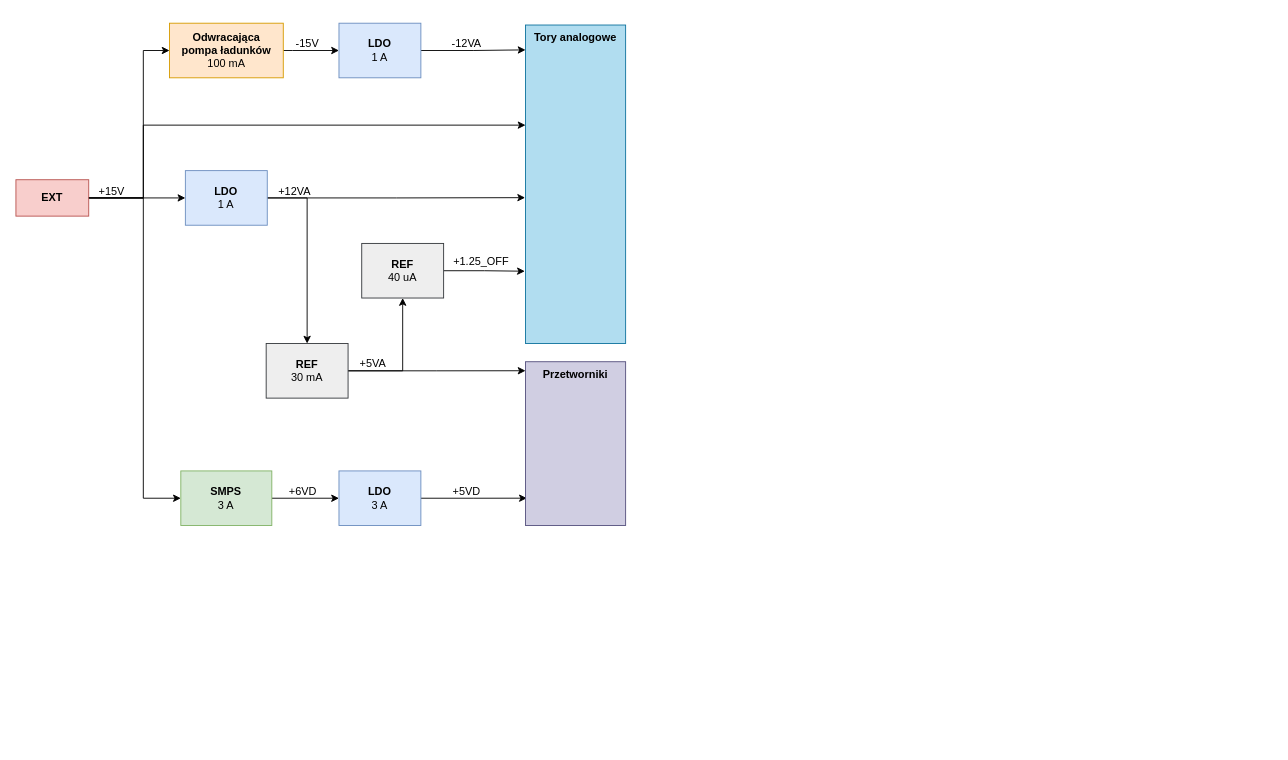
Before: docs/polsl/thesis/drawio/hw/power_dist.drawio in kopiecki/anc, a draw.io diagram. Source tidied: cells renumbered, new cells numbered last; positions are measured from the earlier drawing's top-left corner, leaving out a move shared by most shapes. Both pictures are drawn from the tidied source at 91%, with x=0, y=0 at pixel (15, 23).
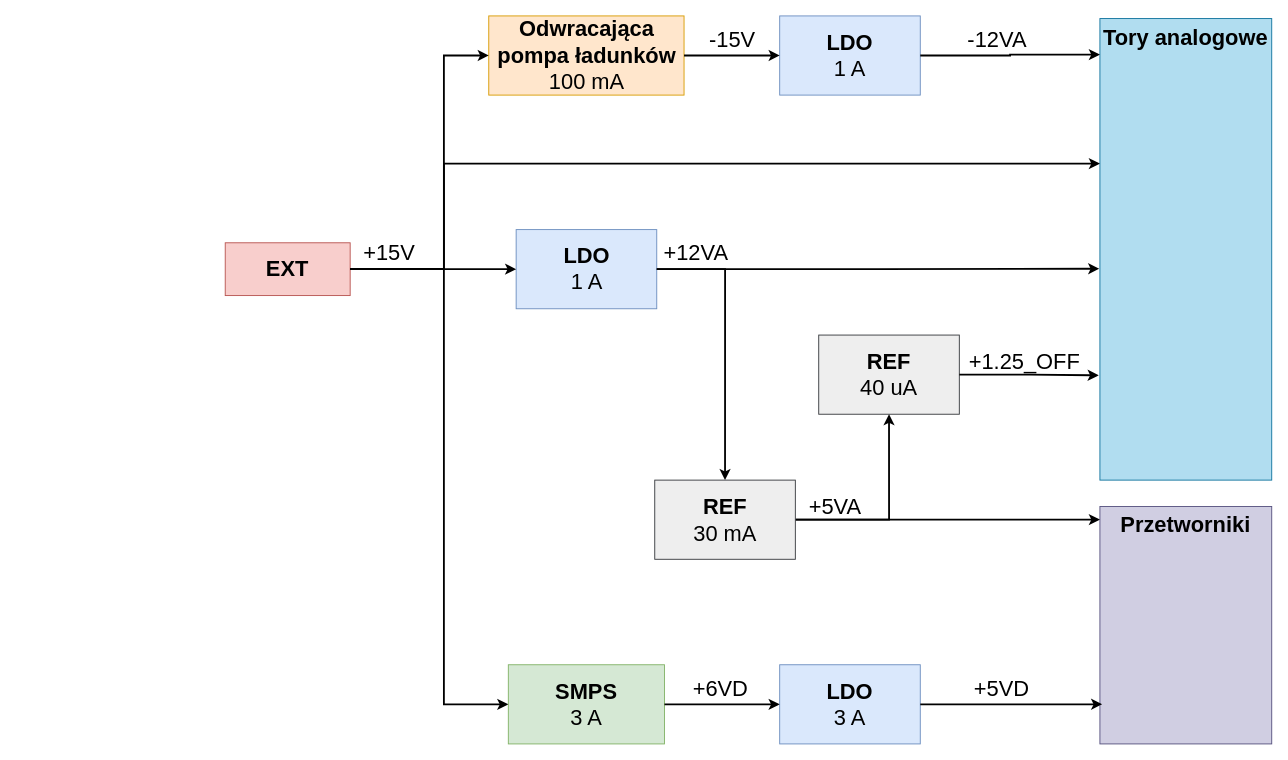
The same page after the edit.

What changed in the source:
```diff
@@
+    <mxCell id="5" value="&lt;b style=&quot;font-size: 24px;&quot;&gt;EXT&lt;/b&gt;" style="rounded=0;whiteSpace=wrap;html=1;fillColor=#f8cecc;strokeColor=#b85450;fontSize=24;" parent="1" vertex="1">
+      <mxGeometry x="230" y="241.3" width="137.3" height="58" as="geometry" />
+    </mxCell>
+    <mxCell id="7" value="&lt;b style=&quot;font-size: 24px;&quot;&gt;Odwracająca&lt;br style=&quot;font-size: 24px;&quot;&gt;pompa ładunków&lt;/b&gt;&lt;br style=&quot;font-size: 24px;&quot;&gt;100 mA" style="rounded=0;whiteSpace=wrap;html=1;fillColor=#ffe6cc;strokeColor=#d79b00;fontSize=24;" parent="1" vertex="1">
+      <mxGeometry x="519.6" y="-8" width="214.6" height="87" as="geometry" />
+    </mxCell>
-    <mxCell id="2" style="edgeStyle=orthogonalEdgeStyle;rounded=0;jettySize=auto;html=1;entryX=0;entryY=0.5;entryDx=0;entryDy=0;" parent="1" edge="1" source="5" target="7">
+    <mxCell id="2" style="edgeStyle=orthogonalEdgeStyle;rounded=0;jettySize=auto;html=1;entryX=0;entryY=0.5;entryDx=0;entryDy=0;strokeWidth=2;" parent="1" edge="1" source="5" target="7">
       <mxGeometry relative="1" as="geometry">
         <Array as="points">
-          <mxPoint x="140" y="192" />
-          <mxPoint x="140" y="30" />
+          <mxPoint x="470.3" y="270.3" />
+          <mxPoint x="470.3" y="35.5" />
         </Array>
       </mxGeometry>
     </mxCell>
+    <mxCell id="9" value="&lt;font style=&quot;font-size: 24px;&quot;&gt;LDO&lt;br&gt;&lt;span style=&quot;font-weight: normal;&quot;&gt;1 A&lt;/span&gt;&lt;/font&gt;" style="rounded=0;whiteSpace=wrap;html=1;fillColor=#dae8fc;strokeColor=#6c8ebf;fontStyle=1;" parent="1" vertex="1">
+      <mxGeometry x="839.3" y="-8" width="154.5" height="87" as="geometry" />
+    </mxCell>
+    <mxCell id="6" style="edgeStyle=orthogonalEdgeStyle;rounded=0;jettySize=auto;html=1;entryX=0;entryY=0.5;entryDx=0;entryDy=0;strokeWidth=2;" parent="1" edge="1" source="7" target="9">
+      <mxGeometry relative="1" as="geometry">
+        <Array as="points">
+          <mxPoint x="751.4" y="35.5" />
+          <mxPoint x="751.4" y="35.5" />
+        </Array>
+      </mxGeometry>
+    </mxCell>
+    <mxCell id="12" value="&lt;font style=&quot;font-size: 24px;&quot;&gt;&lt;b&gt;LDO&lt;/b&gt;&lt;br&gt;1 A&lt;/font&gt;" style="rounded=0;whiteSpace=wrap;html=1;fillColor=#dae8fc;strokeColor=#6c8ebf;" parent="1" vertex="1">
+      <mxGeometry x="549.7" y="226.8" width="154.5" height="87" as="geometry" />
+    </mxCell>
-    <mxCell id="3" style="edgeStyle=orthogonalEdgeStyle;rounded=0;jettySize=auto;html=1;entryX=0;entryY=0.5;entryDx=0;entryDy=0;" parent="1" edge="1" source="5" target="12">
+    <mxCell id="3" style="edgeStyle=orthogonalEdgeStyle;rounded=0;jettySize=auto;html=1;entryX=0;entryY=0.5;entryDx=0;entryDy=0;strokeWidth=2;" parent="1" edge="1" source="5" target="12">
       <mxGeometry relative="1" as="geometry">
         <Array as="points">
-          <mxPoint x="140" y="192" />
-          <mxPoint x="140" y="192" />
+          <mxPoint x="470.3" y="270.3" />
+          <mxPoint x="470.3" y="270.3" />
         </Array>
       </mxGeometry>
     </mxCell>
-    <mxCell id="4" style="edgeStyle=orthogonalEdgeStyle;rounded=0;jettySize=auto;html=1;" parent="1" edge="1" source="5" target="27">
-      <mxGeometry relative="1" as="geometry">
-        <Array as="points">
-          <mxPoint x="140" y="192" />
-          <mxPoint x="140" y="112" />
-        </Array>
-      </mxGeometry>
-    </mxCell>
-    <mxCell id="5" value="&lt;b&gt;EXT&lt;/b&gt;" style="rounded=0;whiteSpace=wrap;html=1;fillColor=#f8cecc;strokeColor=#b85450;" parent="1" vertex="1">
-      <mxGeometry y="172" width="80" height="40" as="geometry" />
-    </mxCell>
-    <mxCell id="6" style="edgeStyle=orthogonalEdgeStyle;rounded=0;jettySize=auto;html=1;entryX=0;entryY=0.5;entryDx=0;entryDy=0;" parent="1" edge="1" source="7" target="9">
-      <mxGeometry relative="1" as="geometry">
-        <Array as="points">
-          <mxPoint x="303.8" y="30" />
-          <mxPoint x="303.8" y="30" />
-        </Array>
-      </mxGeometry>
-    </mxCell>
-    <mxCell id="7" value="&lt;b&gt;Odwracająca&lt;br&gt;pompa ładunków&lt;/b&gt;&lt;br&gt;100 mA" style="rounded=0;whiteSpace=wrap;html=1;fillColor=#ffe6cc;strokeColor=#d79b00;" parent="1" vertex="1">
-      <mxGeometry x="168.8" width="125" height="60" as="geometry" />
-    </mxCell>
-    <mxCell id="8" style="edgeStyle=orthogonalEdgeStyle;rounded=0;jettySize=auto;html=1;entryX=0;entryY=0.078;entryDx=0;entryDy=0;entryPerimeter=0;" parent="1" edge="1" source="9" target="27">
-      <mxGeometry relative="1" as="geometry" />
-    </mxCell>
-    <mxCell id="9" value="LDO&lt;br&gt;&lt;span style=&quot;font-weight: normal;&quot;&gt;1 A&lt;/span&gt;" style="rounded=0;whiteSpace=wrap;html=1;fillColor=#dae8fc;strokeColor=#6c8ebf;fontStyle=1;" parent="1" vertex="1">
-      <mxGeometry x="355" width="90" height="60" as="geometry" />
-    </mxCell>
-    <mxCell id="10" style="edgeStyle=orthogonalEdgeStyle;rounded=0;jettySize=auto;html=1;entryX=0.5;entryY=0;entryDx=0;entryDy=0;" parent="1" edge="1" source="12" target="26">
-      <mxGeometry relative="1" as="geometry">
-        <Array as="points">
-          <mxPoint x="320" y="192" />
-        </Array>
-      </mxGeometry>
-    </mxCell>
-    <mxCell id="11" style="edgeStyle=orthogonalEdgeStyle;rounded=0;jettySize=auto;html=1;entryX=-0.004;entryY=0.542;entryDx=0;entryDy=0;entryPerimeter=0;" parent="1" edge="1" source="12" target="27">
-      <mxGeometry relative="1" as="geometry" />
-    </mxCell>
-    <mxCell id="12" value="&lt;b&gt;LDO&lt;/b&gt;&lt;br&gt;1 A" style="rounded=0;whiteSpace=wrap;html=1;fillColor=#dae8fc;strokeColor=#6c8ebf;" parent="1" vertex="1">
-      <mxGeometry x="186.2" y="162" width="90" height="60" as="geometry" />
-    </mxCell>
-    <mxCell id="13" style="edgeStyle=orthogonalEdgeStyle;rounded=0;jettySize=auto;html=1;entryX=-0.007;entryY=0.773;entryDx=0;entryDy=0;entryPerimeter=0;" parent="1" edge="1" source="14" target="27">
-      <mxGeometry relative="1" as="geometry" />
-    </mxCell>
-    <mxCell id="14" value="&lt;b&gt;REF&lt;/b&gt;&lt;br&gt;40 uA" style="rounded=0;whiteSpace=wrap;html=1;fillColor=#eeeeee;strokeColor=#36393d;" parent="1" vertex="1">
-      <mxGeometry x="380" y="242" width="90" height="60" as="geometry" />
+    <mxCell id="14" value="&lt;font style=&quot;font-size: 24px;&quot;&gt;&lt;b&gt;REF&lt;/b&gt;&lt;br&gt;40 uA&lt;/font&gt;" style="rounded=0;whiteSpace=wrap;html=1;fillColor=#eeeeee;strokeColor=#36393d;" parent="1" vertex="1">
+      <mxGeometry x="882.2" y="342.7" width="154.5" height="87" as="geometry" />
     </mxCell>
+    <mxCell id="16" value="&lt;font style=&quot;font-size: 24px;&quot;&gt;&lt;b&gt;SMPS&lt;/b&gt;&lt;br&gt;3 A&lt;/font&gt;" style="rounded=0;whiteSpace=wrap;html=1;fillColor=#d5e8d4;strokeColor=#82b366;" parent="1" vertex="1">
+      <mxGeometry x="541.1" y="705" width="171.6" height="87" as="geometry" />
+    </mxCell>
+    <mxCell id="18" value="&lt;font style=&quot;font-size: 24px;&quot;&gt;&lt;b&gt;LDO&lt;/b&gt;&lt;br&gt;3 A&lt;/font&gt;" style="rounded=0;whiteSpace=wrap;html=1;fillColor=#dae8fc;strokeColor=#6c8ebf;" parent="1" vertex="1">
+      <mxGeometry x="839.3" y="705" width="154.5" height="87" as="geometry" />
+    </mxCell>
-    <mxCell id="15" style="edgeStyle=orthogonalEdgeStyle;rounded=0;jettySize=auto;html=1;" parent="1" edge="1" source="16" target="18">
+    <mxCell id="15" style="edgeStyle=orthogonalEdgeStyle;rounded=0;jettySize=auto;html=1;strokeWidth=2;" parent="1" edge="1" source="16" target="18">
       <mxGeometry relative="1" as="geometry" />
     </mxCell>
-    <mxCell id="16" value="&lt;b&gt;SMPS&lt;/b&gt;&lt;br&gt;3 A" style="rounded=0;whiteSpace=wrap;html=1;fillColor=#d5e8d4;strokeColor=#82b366;" parent="1" vertex="1">
-      <mxGeometry x="181.2" y="492" width="100" height="60" as="geometry" />
-    </mxCell>
-    <mxCell id="17" style="edgeStyle=orthogonalEdgeStyle;rounded=0;jettySize=auto;html=1;entryX=0.013;entryY=0.833;entryDx=0;entryDy=0;entryPerimeter=0;" parent="1" edge="1" source="18" target="22">
-      <mxGeometry relative="1" as="geometry" />
-    </mxCell>
-    <mxCell id="18" value="&lt;b&gt;LDO&lt;/b&gt;&lt;br&gt;3 A" style="rounded=0;whiteSpace=wrap;html=1;fillColor=#dae8fc;strokeColor=#6c8ebf;" parent="1" vertex="1">
-      <mxGeometry x="355" y="492" width="90" height="60" as="geometry" />
-    </mxCell>
-    <mxCell id="19" value="+6VD" style="text;html=1;align=center;verticalAlign=middle;strokeColor=none;fillColor=none;" parent="1" vertex="1">
-      <mxGeometry x="290" y="500" width="50" height="30" as="geometry" />
+    <mxCell id="19" value="+6VD" style="text;html=1;align=center;verticalAlign=middle;strokeColor=none;fillColor=none;fontSize=24;" parent="1" vertex="1">
+      <mxGeometry x="734.2" y="711.6" width="80" height="40" as="geometry" />
     </mxCell>
-    <mxCell id="20" value="+5VD" style="text;html=1;align=center;verticalAlign=middle;strokeColor=none;fillColor=none;" parent="1" vertex="1">
-      <mxGeometry x="470" y="500" width="50" height="30" as="geometry" />
+    <mxCell id="20" value="+5VD" style="text;html=1;align=center;verticalAlign=middle;strokeColor=none;fillColor=none;fontSize=24;" parent="1" vertex="1">
+      <mxGeometry x="1043.4" y="711.6" width="80" height="40" as="geometry" />
     </mxCell>
-    <mxCell id="21" value="+1.25_OFF" style="text;html=1;align=center;verticalAlign=middle;strokeColor=none;fillColor=none;" parent="1" vertex="1">
-      <mxGeometry x="471" y="247" width="80" height="30" as="geometry" />
+    <mxCell id="21" value="&lt;font style=&quot;font-size: 24px;&quot;&gt;+1.25_OFF&lt;/font&gt;" style="text;html=1;align=center;verticalAlign=middle;strokeColor=none;fillColor=none;" parent="1" vertex="1">
+      <mxGeometry x="1033.4" y="352" width="150" height="40" as="geometry" />
     </mxCell>
-    <mxCell id="22" value="&lt;b&gt;Przetworniki&lt;/b&gt;" style="rounded=0;whiteSpace=wrap;html=1;verticalAlign=top;fillColor=#d0cee2;strokeColor=#56517e;" parent="1" vertex="1">
-      <mxGeometry x="560" y="372" width="110" height="180" as="geometry" />
+    <mxCell id="22" value="&lt;b style=&quot;font-size: 24px;&quot;&gt;Przetworniki&lt;/b&gt;" style="rounded=0;whiteSpace=wrap;html=1;verticalAlign=top;fillColor=#d0cee2;strokeColor=#56517e;fontSize=24;" parent="1" vertex="1">
+      <mxGeometry x="1191.2" y="531.1" width="188.8" height="260.9" as="geometry" />
     </mxCell>
+    <mxCell id="17" style="edgeStyle=orthogonalEdgeStyle;rounded=0;jettySize=auto;html=1;entryX=0.013;entryY=0.833;entryDx=0;entryDy=0;entryPerimeter=0;strokeWidth=2;" parent="1" edge="1" source="18" target="22">
+      <mxGeometry relative="1" as="geometry" />
+    </mxCell>
-    <mxCell id="23" style="edgeStyle=orthogonalEdgeStyle;rounded=0;jettySize=auto;html=1;entryX=0;entryY=0.5;entryDx=0;entryDy=0;" parent="1" edge="1" source="5" target="16">
+    <mxCell id="23" style="edgeStyle=orthogonalEdgeStyle;rounded=0;jettySize=auto;html=1;entryX=0;entryY=0.5;entryDx=0;entryDy=0;strokeWidth=2;" parent="1" edge="1" source="5" target="16">
       <mxGeometry relative="1" as="geometry">
         <Array as="points">
-          <mxPoint x="140" y="192" />
-          <mxPoint x="140" y="522" />
+          <mxPoint x="470.3" y="270.3" />
+          <mxPoint x="470.3" y="748.5" />
         </Array>
       </mxGeometry>
     </mxCell>
-    <mxCell id="24" style="edgeStyle=orthogonalEdgeStyle;rounded=0;jettySize=auto;html=1;entryX=0;entryY=0.055;entryDx=0;entryDy=0;entryPerimeter=0;" parent="1" edge="1" source="26" target="22">
+    <mxCell id="24" style="edgeStyle=orthogonalEdgeStyle;rounded=0;jettySize=auto;html=1;entryX=0;entryY=0.055;entryDx=0;entryDy=0;entryPerimeter=0;strokeWidth=2;" parent="1" edge="1" source="26" target="22">
       <mxGeometry relative="1" as="geometry" />
     </mxCell>
-    <mxCell id="25" style="edgeStyle=orthogonalEdgeStyle;rounded=0;jettySize=auto;html=1;entryX=0.5;entryY=1;entryDx=0;entryDy=0;" parent="1" edge="1" source="26" target="14">
+    <mxCell id="25" style="edgeStyle=orthogonalEdgeStyle;rounded=0;jettySize=auto;html=1;entryX=0.5;entryY=1;entryDx=0;entryDy=0;strokeWidth=2;" parent="1" edge="1" source="26" target="14">
       <mxGeometry relative="1" as="geometry">
         <Array as="points">
-          <mxPoint x="425" y="382" />
+          <mxPoint x="959.5" y="545.6" />
         </Array>
       </mxGeometry>
     </mxCell>
-    <mxCell id="26" value="&lt;b&gt;REF&lt;/b&gt;&lt;br&gt;30 mA" style="rounded=0;whiteSpace=wrap;html=1;fillColor=#eeeeee;strokeColor=#36393d;" parent="1" vertex="1">
-      <mxGeometry x="275" y="352" width="90" height="60" as="geometry" />
+    <mxCell id="26" value="&lt;font style=&quot;font-size: 24px;&quot;&gt;&lt;b&gt;REF&lt;/b&gt;&lt;br&gt;30 mA&lt;/font&gt;" style="rounded=0;whiteSpace=wrap;html=1;fillColor=#eeeeee;strokeColor=#36393d;" parent="1" vertex="1">
+      <mxGeometry x="702" y="502.1" width="154.5" height="87" as="geometry" />
     </mxCell>
+    <mxCell id="10" style="edgeStyle=orthogonalEdgeStyle;rounded=0;jettySize=auto;html=1;entryX=0.5;entryY=0;entryDx=0;entryDy=0;strokeWidth=2;" parent="1" edge="1" source="12" target="26">
+      <mxGeometry relative="1" as="geometry">
+        <Array as="points">
+          <mxPoint x="779.3" y="270.3" />
+        </Array>
+      </mxGeometry>
+    </mxCell>
-    <mxCell id="27" value="&lt;b&gt;Tory analogowe&lt;/b&gt;" style="rounded=0;whiteSpace=wrap;html=1;verticalAlign=top;fillColor=#b1ddf0;strokeColor=#10739e;" parent="1" vertex="1">
-      <mxGeometry x="560" y="2" width="110" height="350" as="geometry" />
+    <mxCell id="27" value="&lt;b style=&quot;font-size: 24px;&quot;&gt;Tory analogowe&lt;/b&gt;" style="rounded=0;whiteSpace=wrap;html=1;verticalAlign=top;fillColor=#b1ddf0;strokeColor=#10739e;fontSize=24;" parent="1" vertex="1">
+      <mxGeometry x="1191.2" y="-5.1" width="188.8" height="507.2" as="geometry" />
     </mxCell>
+    <mxCell id="4" style="edgeStyle=orthogonalEdgeStyle;rounded=0;jettySize=auto;html=1;strokeWidth=2;" parent="1" edge="1" source="5" target="27">
+      <mxGeometry relative="1" as="geometry">
+        <Array as="points">
+          <mxPoint x="470.3" y="270.3" />
+          <mxPoint x="470.3" y="154.3" />
+        </Array>
+      </mxGeometry>
+    </mxCell>
+    <mxCell id="8" style="edgeStyle=orthogonalEdgeStyle;rounded=0;jettySize=auto;html=1;entryX=0;entryY=0.078;entryDx=0;entryDy=0;entryPerimeter=0;strokeWidth=2;" parent="1" edge="1" source="9" target="27">
+      <mxGeometry relative="1" as="geometry" />
+    </mxCell>
+    <mxCell id="11" style="edgeStyle=orthogonalEdgeStyle;rounded=0;jettySize=auto;html=1;entryX=-0.004;entryY=0.542;entryDx=0;entryDy=0;entryPerimeter=0;strokeWidth=2;" parent="1" edge="1" source="12" target="27">
+      <mxGeometry relative="1" as="geometry" />
+    </mxCell>
-    <mxCell id="28" value="+15V" style="text;html=1;align=center;verticalAlign=middle;strokeColor=none;fillColor=none;" parent="1" vertex="1">
-      <mxGeometry x="80" y="170" width="50" height="30" as="geometry" />
+    <mxCell id="28" value="+15V" style="text;html=1;align=center;verticalAlign=middle;strokeColor=none;fillColor=none;fontSize=24;" parent="1" vertex="1">
+      <mxGeometry x="370" y="233.4" width="80" height="40" as="geometry" />
     </mxCell>
-    <mxCell id="29" value="+5VA" style="text;html=1;align=center;verticalAlign=middle;strokeColor=none;fillColor=none;" parent="1" vertex="1">
-      <mxGeometry x="367" y="359" width="50" height="30" as="geometry" />
+    <mxCell id="29" value="+5VA" style="text;html=1;align=center;verticalAlign=middle;strokeColor=none;fillColor=none;fontSize=24;" parent="1" vertex="1">
+      <mxGeometry x="860" y="512" width="80" height="40" as="geometry" />
     </mxCell>
-    <mxCell id="30" value="-15V" style="text;html=1;align=center;verticalAlign=middle;strokeColor=none;fillColor=none;" parent="1" vertex="1">
-      <mxGeometry x="295" y="8" width="50" height="30" as="geometry" />
+    <mxCell id="30" value="-15V" style="text;html=1;align=center;verticalAlign=middle;strokeColor=none;fillColor=none;fontSize=24;" parent="1" vertex="1">
+      <mxGeometry x="752" y="-1.4" width="70" height="40" as="geometry" />
     </mxCell>
-    <mxCell id="31" value="-12VA" style="text;html=1;align=center;verticalAlign=middle;strokeColor=none;fillColor=none;" parent="1" vertex="1">
-      <mxGeometry x="465" y="8" width="60" height="30" as="geometry" />
+    <mxCell id="31" value="&lt;font style=&quot;font-size: 24px;&quot;&gt;-12VA&lt;/font&gt;" style="text;html=1;align=center;verticalAlign=middle;strokeColor=none;fillColor=none;" parent="1" vertex="1">
+      <mxGeometry x="1033.4" y="-1.4" width="90" height="40" as="geometry" />
     </mxCell>
-    <mxCell id="32" value="+12VA" style="text;html=1;align=center;verticalAlign=middle;strokeColor=none;fillColor=none;" parent="1" vertex="1">
-      <mxGeometry x="276.2" y="170" width="60" height="30" as="geometry" />
+    <mxCell id="32" value="+12VA" style="text;html=1;align=center;verticalAlign=middle;strokeColor=none;fillColor=none;fontSize=24;" parent="1" vertex="1">
+      <mxGeometry x="702" y="233.4" width="90" height="40" as="geometry" />
     </mxCell>
+    <mxCell id="13" style="edgeStyle=orthogonalEdgeStyle;rounded=0;jettySize=auto;html=1;entryX=-0.007;entryY=0.773;entryDx=0;entryDy=0;entryPerimeter=0;strokeWidth=2;" parent="1" edge="1" source="14" target="27">
+      <mxGeometry relative="1" as="geometry" />
+    </mxCell>
```
